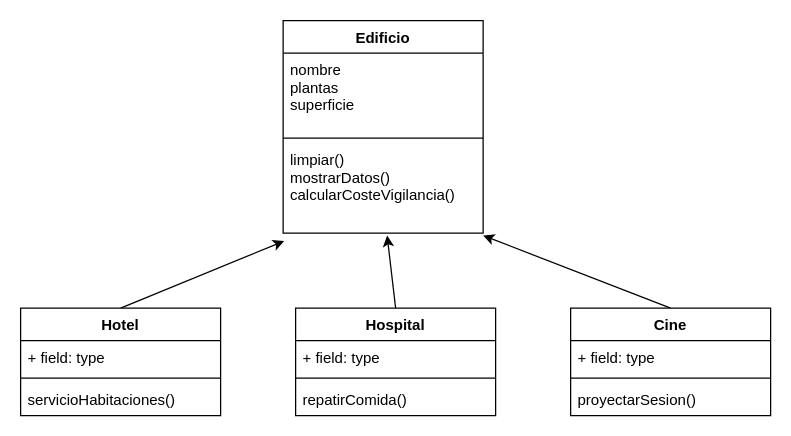
Above: m8-4-edificios/ulm/ulm.drawio in brunoakun/itacademy (draw.io), before the change. Source tidied: cells renumbered, new cells numbered last; positions are measured from the earlier drawing's top-left corner, leaving out a move shared by most shapes. Both pictures are drawn from the tidied source at 125%, with x=0, y=0 at pixel (20, 20).
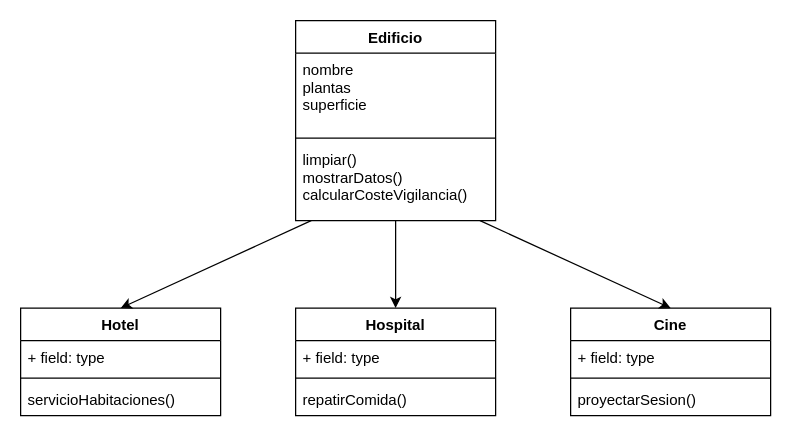
The same page after the edit.

Unchanged cells that the change refers to:
```xml
<mxCell id="7" value="Hotel" style="swimlane;fontStyle=1;align=center;verticalAlign=top;horizontal=1;startSize=26;" parent="1" vertex="1">
  <mxGeometry y="230" width="160" height="86" as="geometry" />
</mxCell>
<mxCell id="12" value="Hospital&#10;" style="swimlane;fontStyle=1;align=center;verticalAlign=top;horizontal=1;startSize=26;" parent="1" vertex="1">
  <mxGeometry x="220" y="230" width="160" height="86" as="geometry" />
</mxCell>
<mxCell id="17" value="Cine" style="swimlane;fontStyle=1;align=center;verticalAlign=top;horizontal=1;startSize=26;" parent="1" vertex="1">
  <mxGeometry x="440" y="230" width="160" height="86" as="geometry" />
</mxCell>
```

What changed in the source:
```diff
@@
     <mxCell id="2" value="Edificio&#10;" style="swimlane;fontStyle=1;align=center;verticalAlign=top;horizontal=1;startSize=26;" parent="1" vertex="1">
-      <mxGeometry x="210" width="160" height="170" as="geometry" />
+      <mxGeometry x="220" width="160" height="160" as="geometry" />
     </mxCell>
@@
     <mxCell id="5" value="limpiar()&#10;mostrarDatos()&#10;calcularCosteVigilancia()&#10;&#10;" style="text;strokeColor=none;fillColor=none;align=left;verticalAlign=top;spacingLeft=4;spacingRight=4;overflow=hidden;points=[[0,0.5],[1,0.5]];portConstraint=eastwest;" parent="2" vertex="1">
-      <mxGeometry y="98" width="160" height="72" as="geometry" />
+      <mxGeometry y="98" width="160" height="62" as="geometry" />
     </mxCell>
-    <mxCell id="6" style="edgeStyle=none;rounded=0;jettySize=auto;html=1;exitX=0.5;exitY=0;exitDx=0;exitDy=0;entryX=0.005;entryY=1.088;entryDx=0;entryDy=0;entryPerimeter=0;" parent="1" edge="1" source="7" target="5">
-      <mxGeometry relative="1" as="geometry" />
-    </mxCell>
@@
-    <mxCell id="11" style="edgeStyle=none;rounded=0;jettySize=auto;html=1;exitX=0.5;exitY=0;exitDx=0;exitDy=0;entryX=0.52;entryY=1.027;entryDx=0;entryDy=0;entryPerimeter=0;" parent="1" edge="1" source="12" target="5">
-      <mxGeometry relative="1" as="geometry" />
-    </mxCell>
@@
-    <mxCell id="16" style="edgeStyle=none;rounded=0;jettySize=auto;html=1;exitX=0.5;exitY=0;exitDx=0;exitDy=0;entryX=1;entryY=1.027;entryDx=0;entryDy=0;entryPerimeter=0;" parent="1" edge="1" source="17" target="5">
-      <mxGeometry relative="1" as="geometry" />
-    </mxCell>
@@
+    <mxCell id="21" style="edgeStyle=none;html=1;entryX=0.5;entryY=0;entryDx=0;entryDy=0;" parent="1" edge="1" source="5" target="7">
+      <mxGeometry relative="1" as="geometry" />
+    </mxCell>
+    <mxCell id="22" style="edgeStyle=none;html=1;entryX=0.5;entryY=0;entryDx=0;entryDy=0;" parent="1" edge="1" source="5" target="12">
+      <mxGeometry relative="1" as="geometry" />
+    </mxCell>
+    <mxCell id="23" style="edgeStyle=none;html=1;entryX=0.5;entryY=0;entryDx=0;entryDy=0;" parent="1" edge="1" source="5" target="17">
+      <mxGeometry relative="1" as="geometry" />
+    </mxCell>
```
